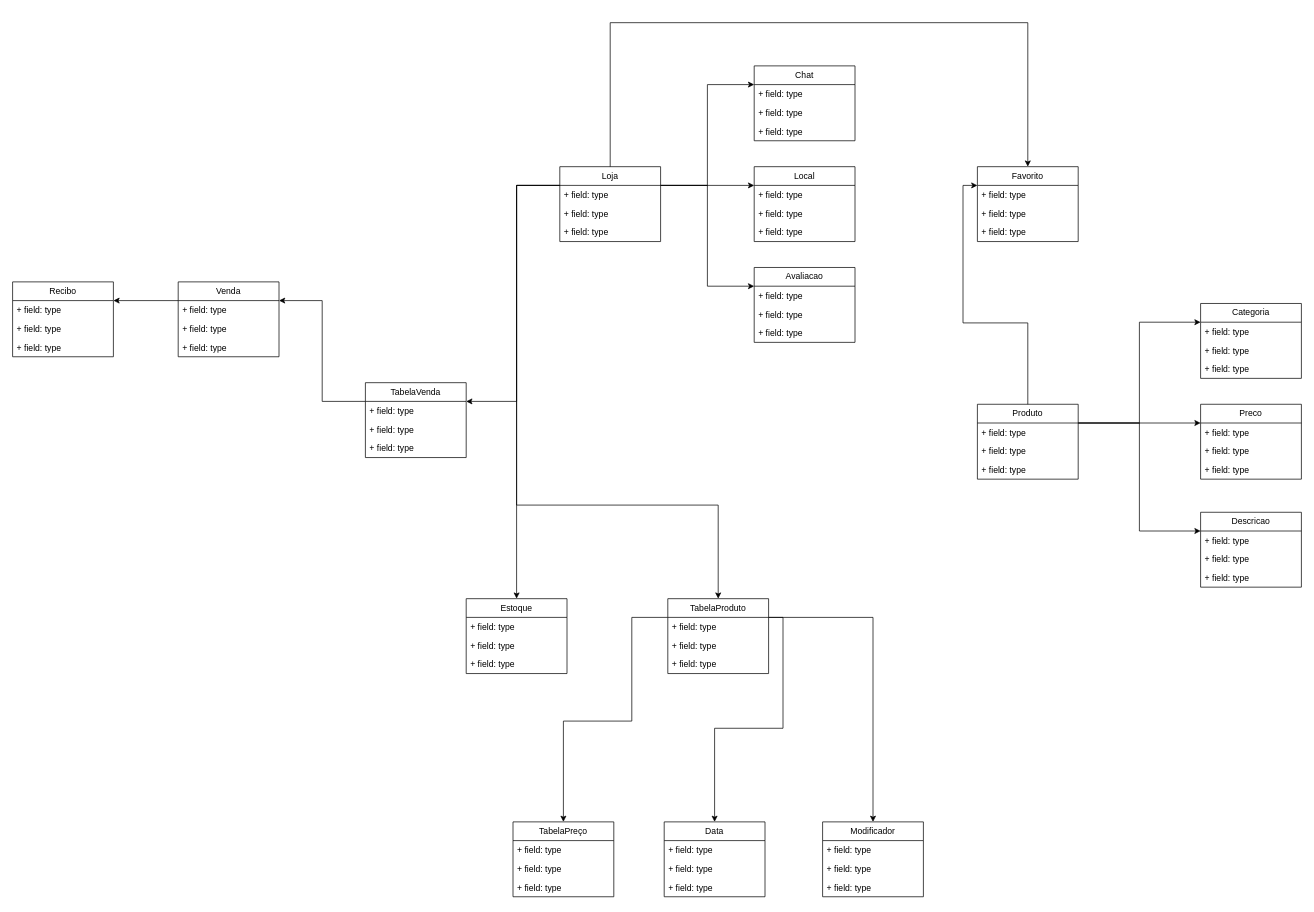
Earlier version of the draw.io diagram diagrams/DiagramaDeClasse.drawio (Bruno-Ed-cs/cityShop). Source tidied: cells renumbered, new cells numbered last; positions are measured from the earlier drawing's top-left corner, leaving out a move shared by most shapes. Both pictures are drawn from the tidied source at 72%, with x=0, y=0 at pixel (12, 22).
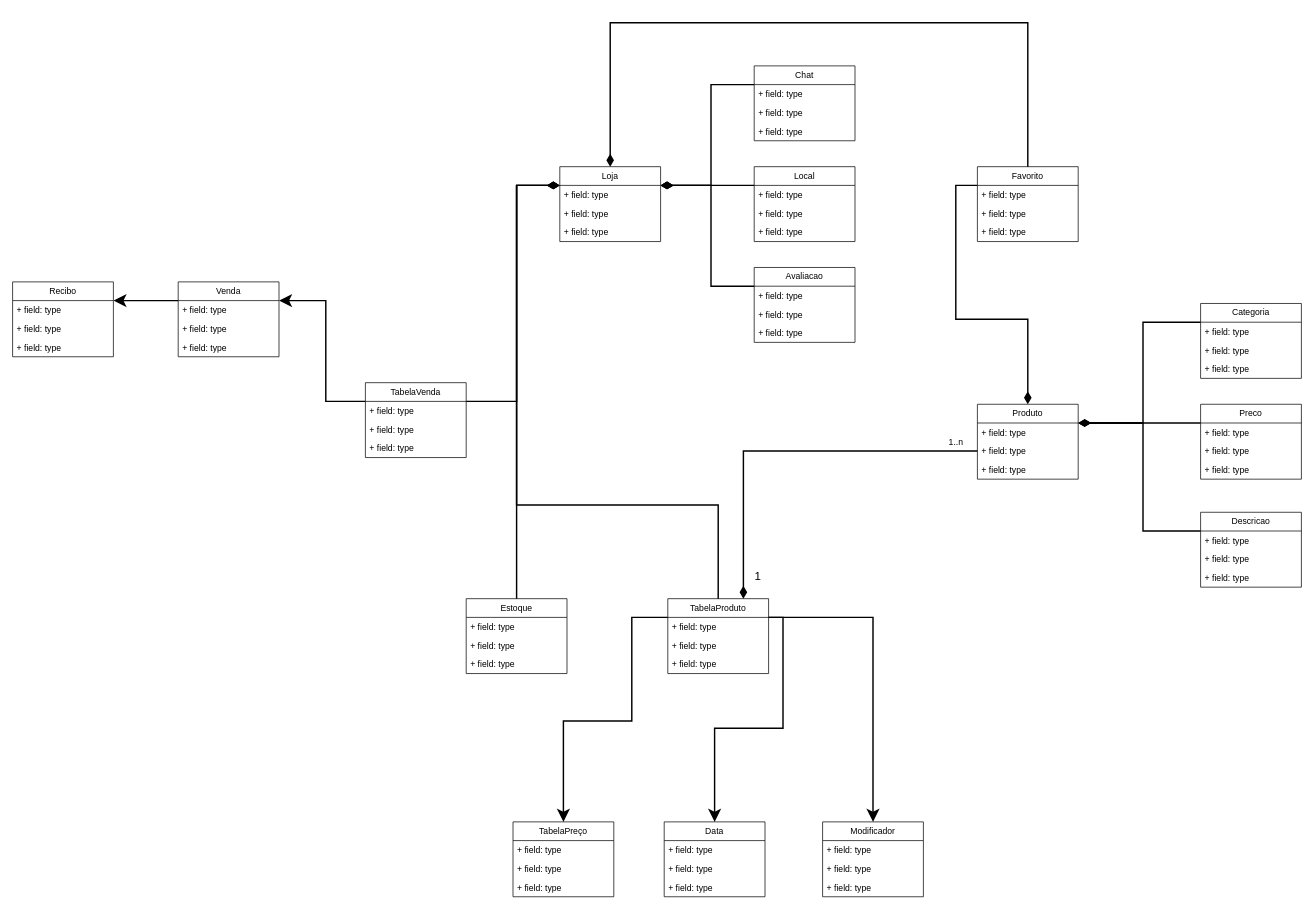
Above is the later version.

Unchanged cells that the change refers to:
```xml
<mxCell id="9" value="Loja" style="swimlane;fontStyle=0;horizontal=1;startSize=26;fillColor=none;whiteSpace=wrap;html=1;" parent="1" vertex="1">
  <mxGeometry x="760" y="200" width="140" height="104" as="geometry" />
</mxCell>
<mxCell id="16" value="Produto" style="swimlane;fontStyle=0;horizontal=1;startSize=26;fillColor=none;whiteSpace=wrap;html=1;" parent="1" vertex="1">
  <mxGeometry x="1340" y="530" width="140" height="104" as="geometry" />
</mxCell>
<mxCell id="18" value="+ field: type" style="text;strokeColor=none;fillColor=none;align=left;verticalAlign=top;spacingLeft=4;spacingRight=4;overflow=hidden;points=[[0,0.5],[1,0.5]];portConstraint=eastwest;whiteSpace=wrap;html=1;" parent="16" vertex="1">
  <mxGeometry y="52" width="140" height="26" as="geometry" />
</mxCell>
<mxCell id="23" value="TabelaProduto" style="swimlane;fontStyle=0;horizontal=1;startSize=26;fillColor=none;whiteSpace=wrap;html=1;" parent="1" vertex="1">
  <mxGeometry x="910" y="800" width="140" height="104" as="geometry" />
</mxCell>
<mxCell id="27" value="Data" style="swimlane;fontStyle=0;horizontal=1;startSize=26;fillColor=none;whiteSpace=wrap;html=1;" parent="1" vertex="1">
  <mxGeometry x="905" y="1110" width="140" height="104" as="geometry" />
</mxCell>
<mxCell id="31" value="TabelaPreço" style="swimlane;fontStyle=0;horizontal=1;startSize=26;fillColor=none;whiteSpace=wrap;html=1;" parent="1" vertex="1">
  <mxGeometry x="695" y="1110" width="140" height="104" as="geometry" />
</mxCell>
<mxCell id="35" value="Avaliacao" style="swimlane;fontStyle=0;horizontal=1;startSize=26;fillColor=none;whiteSpace=wrap;html=1;" parent="1" vertex="1">
  <mxGeometry x="1030" y="340" width="140" height="104" as="geometry" />
</mxCell>
<mxCell id="39" value="Modificador" style="swimlane;fontStyle=0;horizontal=1;startSize=26;fillColor=none;whiteSpace=wrap;html=1;" parent="1" vertex="1">
  <mxGeometry x="1125" y="1110" width="140" height="104" as="geometry" />
</mxCell>
<mxCell id="43" value="Preco" style="swimlane;fontStyle=0;horizontal=1;startSize=26;fillColor=none;whiteSpace=wrap;html=1;" parent="1" vertex="1">
  <mxGeometry x="1650" y="530" width="140" height="104" as="geometry" />
</mxCell>
<mxCell id="47" value="Estoque" style="swimlane;fontStyle=0;horizontal=1;startSize=26;fillColor=none;whiteSpace=wrap;html=1;" parent="1" vertex="1">
  <mxGeometry x="630" y="800" width="140" height="104" as="geometry" />
</mxCell>
<mxCell id="52" value="Venda" style="swimlane;fontStyle=0;horizontal=1;startSize=26;fillColor=none;whiteSpace=wrap;html=1;" parent="1" vertex="1">
  <mxGeometry x="230" y="360" width="140" height="104" as="geometry" />
</mxCell>
<mxCell id="56" value="Recibo" style="swimlane;fontStyle=0;horizontal=1;startSize=26;fillColor=none;whiteSpace=wrap;html=1;" parent="1" vertex="1">
  <mxGeometry y="360" width="140" height="104" as="geometry" />
</mxCell>
<mxCell id="60" value="Descricao" style="swimlane;fontStyle=0;horizontal=1;startSize=26;fillColor=none;whiteSpace=wrap;html=1;" parent="1" vertex="1">
  <mxGeometry x="1650" y="680" width="140" height="104" as="geometry" />
</mxCell>
<mxCell id="64" value="Categoria" style="swimlane;fontStyle=0;horizontal=1;startSize=26;fillColor=none;whiteSpace=wrap;html=1;" parent="1" vertex="1">
  <mxGeometry x="1650" y="390" width="140" height="104" as="geometry" />
</mxCell>
<mxCell id="69" value="Favorito" style="swimlane;fontStyle=0;horizontal=1;startSize=26;fillColor=none;whiteSpace=wrap;html=1;" parent="1" vertex="1">
  <mxGeometry x="1340" y="200" width="140" height="104" as="geometry" />
</mxCell>
<mxCell id="73" value="Local" style="swimlane;fontStyle=0;horizontal=1;startSize=26;fillColor=none;whiteSpace=wrap;html=1;" parent="1" vertex="1">
  <mxGeometry x="1030" y="200" width="140" height="104" as="geometry" />
</mxCell>
<mxCell id="77" value="Chat" style="swimlane;fontStyle=0;horizontal=1;startSize=26;fillColor=none;whiteSpace=wrap;html=1;" parent="1" vertex="1">
  <mxGeometry x="1030" y="60" width="140" height="104" as="geometry" />
</mxCell>
<mxCell id="82" value="TabelaVenda" style="swimlane;fontStyle=0;horizontal=1;startSize=26;fillColor=none;whiteSpace=wrap;html=1;" parent="1" vertex="1">
  <mxGeometry x="490" y="500" width="140" height="104" as="geometry" />
</mxCell>
```

What changed in the source:
```diff
@@
-    <mxCell id="2" style="edgeStyle=orthogonalEdgeStyle;rounded=0;jettySize=auto;html=1;exitX=1;exitY=0.25;exitDx=0;exitDy=0;entryX=0;entryY=0.25;entryDx=0;entryDy=0;" parent="1" edge="1" source="9" target="35">
+    <mxCell id="2" style="edgeStyle=orthogonalEdgeStyle;rounded=0;jettySize=auto;html=1;exitX=1;exitY=0.25;exitDx=0;exitDy=0;entryX=0;entryY=0.25;entryDx=0;entryDy=0;strokeWidth=2;endSize=12;startSize=12;startArrow=diamondThin;startFill=1;endArrow=none;endFill=0;" parent="1" edge="1" source="9" target="35">
       <mxGeometry relative="1" as="geometry" />
     </mxCell>
-    <mxCell id="3" style="edgeStyle=orthogonalEdgeStyle;rounded=0;jettySize=auto;html=1;exitX=1;exitY=0.25;exitDx=0;exitDy=0;entryX=0;entryY=0.25;entryDx=0;entryDy=0;" parent="1" edge="1" source="9" target="73">
+    <mxCell id="3" style="edgeStyle=orthogonalEdgeStyle;rounded=0;jettySize=auto;html=1;exitX=1;exitY=0.25;exitDx=0;exitDy=0;entryX=0;entryY=0.25;entryDx=0;entryDy=0;strokeWidth=2;endSize=12;startSize=12;startArrow=diamondThin;startFill=1;endArrow=none;endFill=0;" parent="1" edge="1" source="9" target="73">
       <mxGeometry relative="1" as="geometry" />
     </mxCell>
-    <mxCell id="4" style="edgeStyle=orthogonalEdgeStyle;rounded=0;jettySize=auto;html=1;exitX=1;exitY=0.25;exitDx=0;exitDy=0;entryX=0;entryY=0.25;entryDx=0;entryDy=0;" parent="1" edge="1" source="9" target="77">
+    <mxCell id="4" style="edgeStyle=orthogonalEdgeStyle;rounded=0;jettySize=auto;html=1;exitX=1;exitY=0.25;exitDx=0;exitDy=0;entryX=0;entryY=0.25;entryDx=0;entryDy=0;strokeWidth=2;endSize=12;startSize=12;startArrow=diamondThin;startFill=1;endArrow=none;endFill=0;" parent="1" edge="1" source="9" target="77">
       <mxGeometry relative="1" as="geometry" />
     </mxCell>
-    <mxCell id="5" style="edgeStyle=orthogonalEdgeStyle;rounded=0;jettySize=auto;html=1;exitX=0.5;exitY=0;exitDx=0;exitDy=0;entryX=0.5;entryY=0;entryDx=0;entryDy=0;" parent="1" edge="1" source="9" target="69">
+    <mxCell id="5" style="edgeStyle=orthogonalEdgeStyle;rounded=0;jettySize=auto;html=1;exitX=0.5;exitY=0;exitDx=0;exitDy=0;entryX=0.5;entryY=0;entryDx=0;entryDy=0;strokeWidth=2;endSize=12;startSize=12;startArrow=diamondThin;startFill=1;endArrow=none;endFill=0;" parent="1" edge="1" source="9" target="69">
       <mxGeometry relative="1" as="geometry">
         <Array as="points">
           <mxPoint x="830" />
           <mxPoint x="1410" />
         </Array>
       </mxGeometry>
     </mxCell>
-    <mxCell id="6" style="edgeStyle=orthogonalEdgeStyle;rounded=0;jettySize=auto;html=1;exitX=0;exitY=0.25;exitDx=0;exitDy=0;entryX=1;entryY=0.25;entryDx=0;entryDy=0;startArrow=none;startFill=0;jumpSize=10;targetPerimeterSpacing=4;" parent="1" edge="1" source="9" target="82">
+    <mxCell id="6" style="edgeStyle=orthogonalEdgeStyle;rounded=0;jettySize=auto;html=1;exitX=0;exitY=0.25;exitDx=0;exitDy=0;entryX=1;entryY=0.25;entryDx=0;entryDy=0;startArrow=diamondThin;startFill=1;jumpSize=10;targetPerimeterSpacing=4;strokeWidth=2;endSize=12;startSize=12;endArrow=none;endFill=0;" parent="1" edge="1" source="9" target="82">
       <mxGeometry relative="1" as="geometry">
         <Array as="points">
           <mxPoint x="700" y="226" />
           <mxPoint x="700" y="526" />
         </Array>
       </mxGeometry>
     </mxCell>
-    <mxCell id="7" style="edgeStyle=orthogonalEdgeStyle;rounded=0;jettySize=auto;html=1;exitX=0;exitY=0.25;exitDx=0;exitDy=0;entryX=0.5;entryY=0;entryDx=0;entryDy=0;" parent="1" edge="1" source="9" target="47">
+    <mxCell id="7" style="edgeStyle=orthogonalEdgeStyle;rounded=0;jettySize=auto;html=1;exitX=0;exitY=0.25;exitDx=0;exitDy=0;entryX=0.5;entryY=0;entryDx=0;entryDy=0;strokeWidth=2;endSize=12;startSize=12;startArrow=diamondThin;startFill=1;endArrow=none;endFill=0;" parent="1" edge="1" source="9" target="47">
       <mxGeometry relative="1" as="geometry">
         <Array as="points">
           <mxPoint x="700" y="226" />
           <mxPoint x="700" y="800" />
         </Array>
       </mxGeometry>
     </mxCell>
-    <mxCell id="8" style="edgeStyle=orthogonalEdgeStyle;rounded=0;jettySize=auto;html=1;exitX=0;exitY=0.25;exitDx=0;exitDy=0;entryX=0.5;entryY=0;entryDx=0;entryDy=0;" parent="1" edge="1" source="9" target="23">
+    <mxCell id="8" style="edgeStyle=orthogonalEdgeStyle;rounded=0;jettySize=auto;html=1;exitX=0;exitY=0.25;exitDx=0;exitDy=0;entryX=0.5;entryY=0;entryDx=0;entryDy=0;strokeWidth=2;endSize=12;startSize=12;startArrow=diamondThin;startFill=1;endArrow=none;endFill=0;" parent="1" edge="1" source="9" target="23">
       <mxGeometry relative="1" as="geometry">
         <Array as="points">
           <mxPoint x="700" y="226" />
           <mxPoint x="700" y="670" />
           <mxPoint x="980" y="670" />
         </Array>
       </mxGeometry>
     </mxCell>
@@
-    <mxCell id="13" style="edgeStyle=orthogonalEdgeStyle;rounded=0;jettySize=auto;html=1;exitX=1;exitY=0.25;exitDx=0;exitDy=0;entryX=0;entryY=0.25;entryDx=0;entryDy=0;" parent="1" edge="1" source="16" target="64">
+    <mxCell id="13" style="edgeStyle=orthogonalEdgeStyle;rounded=0;jettySize=auto;html=1;exitX=1;exitY=0.25;exitDx=0;exitDy=0;entryX=0;entryY=0.25;entryDx=0;entryDy=0;strokeWidth=2;endSize=12;startSize=12;startArrow=diamondThin;startFill=1;endArrow=none;endFill=0;" parent="1" edge="1" source="16" target="64">
       <mxGeometry relative="1" as="geometry" />
     </mxCell>
-    <mxCell id="14" style="edgeStyle=orthogonalEdgeStyle;rounded=0;jettySize=auto;html=1;exitX=1;exitY=0.25;exitDx=0;exitDy=0;entryX=0;entryY=0.25;entryDx=0;entryDy=0;" parent="1" edge="1" source="16" target="43">
+    <mxCell id="14" style="edgeStyle=orthogonalEdgeStyle;rounded=0;jettySize=auto;html=1;exitX=1;exitY=0.25;exitDx=0;exitDy=0;entryX=0;entryY=0.25;entryDx=0;entryDy=0;strokeWidth=2;endSize=12;startSize=12;startArrow=diamondThin;startFill=1;endArrow=none;endFill=0;" parent="1" edge="1" source="16" target="43">
       <mxGeometry relative="1" as="geometry" />
     </mxCell>
-    <mxCell id="15" style="edgeStyle=orthogonalEdgeStyle;rounded=0;jettySize=auto;html=1;exitX=1;exitY=0.25;exitDx=0;exitDy=0;entryX=0;entryY=0.25;entryDx=0;entryDy=0;" parent="1" edge="1" source="16" target="60">
+    <mxCell id="15" style="edgeStyle=orthogonalEdgeStyle;rounded=0;jettySize=auto;html=1;exitX=1;exitY=0.25;exitDx=0;exitDy=0;entryX=0;entryY=0.25;entryDx=0;entryDy=0;strokeWidth=2;endSize=12;startSize=12;startArrow=diamondThin;startFill=1;endArrow=none;endFill=0;" parent="1" edge="1" source="16" target="60">
       <mxGeometry relative="1" as="geometry" />
     </mxCell>
@@
-    <mxCell id="20" style="edgeStyle=orthogonalEdgeStyle;rounded=0;jettySize=auto;html=1;exitX=1;exitY=0.25;exitDx=0;exitDy=0;entryX=0.5;entryY=0;entryDx=0;entryDy=0;" parent="1" edge="1" source="23" target="39">
+    <mxCell id="20" style="edgeStyle=orthogonalEdgeStyle;rounded=0;jettySize=auto;html=1;exitX=1;exitY=0.25;exitDx=0;exitDy=0;entryX=0.5;entryY=0;entryDx=0;entryDy=0;strokeWidth=2;endSize=12;startSize=12;" parent="1" edge="1" source="23" target="39">
       <mxGeometry relative="1" as="geometry" />
     </mxCell>
-    <mxCell id="21" style="edgeStyle=orthogonalEdgeStyle;rounded=0;jettySize=auto;html=1;exitX=1;exitY=0.25;exitDx=0;exitDy=0;entryX=0.5;entryY=0;entryDx=0;entryDy=0;" parent="1" edge="1" source="23" target="27">
+    <mxCell id="21" style="edgeStyle=orthogonalEdgeStyle;rounded=0;jettySize=auto;html=1;exitX=1;exitY=0.25;exitDx=0;exitDy=0;entryX=0.5;entryY=0;entryDx=0;entryDy=0;strokeWidth=2;endSize=12;startSize=12;" parent="1" edge="1" source="23" target="27">
       <mxGeometry relative="1" as="geometry">
         <Array as="points">
           <mxPoint x="1070" y="826" />
           <mxPoint x="1070" y="980" />
           <mxPoint x="975" y="980" />
         </Array>
       </mxGeometry>
     </mxCell>
-    <mxCell id="22" style="edgeStyle=orthogonalEdgeStyle;rounded=0;jettySize=auto;html=1;exitX=0;exitY=0.25;exitDx=0;exitDy=0;entryX=0.5;entryY=0;entryDx=0;entryDy=0;" parent="1" edge="1" source="23" target="31">
+    <mxCell id="22" style="edgeStyle=orthogonalEdgeStyle;rounded=0;jettySize=auto;html=1;exitX=0;exitY=0.25;exitDx=0;exitDy=0;entryX=0.5;entryY=0;entryDx=0;entryDy=0;strokeWidth=2;endSize=12;startSize=12;" parent="1" edge="1" source="23" target="31">
       <mxGeometry relative="1" as="geometry">
         <Array as="points">
           <mxPoint x="860" y="826" />
           <mxPoint x="860" y="970" />
           <mxPoint x="765" y="970" />
         </Array>
       </mxGeometry>
     </mxCell>
+    <mxCell id="86" style="edgeStyle=orthogonalEdgeStyle;rounded=0;jettySize=auto;html=1;exitX=0.75;exitY=0;exitDx=0;exitDy=0;entryX=0;entryY=0.5;entryDx=0;entryDy=0;endSize=12;startSize=12;strokeWidth=2;startArrow=diamondThin;startFill=1;endArrow=none;endFill=0;" parent="1" edge="1" source="23" target="18">
+      <mxGeometry relative="1" as="geometry" />
+    </mxCell>
@@
-    <mxCell id="51" style="edgeStyle=orthogonalEdgeStyle;rounded=0;jettySize=auto;html=1;exitX=0;exitY=0.25;exitDx=0;exitDy=0;entryX=1;entryY=0.25;entryDx=0;entryDy=0;" parent="1" edge="1" source="52" target="56">
+    <mxCell id="51" style="edgeStyle=orthogonalEdgeStyle;rounded=0;jettySize=auto;html=1;exitX=0;exitY=0.25;exitDx=0;exitDy=0;entryX=1;entryY=0.25;entryDx=0;entryDy=0;strokeWidth=2;endSize=12;startSize=12;" parent="1" edge="1" source="52" target="56">
       <mxGeometry relative="1" as="geometry" />
     </mxCell>
@@
-    <mxCell id="68" style="edgeStyle=orthogonalEdgeStyle;rounded=0;jettySize=auto;html=1;exitX=0.5;exitY=0;exitDx=0;exitDy=0;entryX=0;entryY=0.25;entryDx=0;entryDy=0;" parent="1" edge="1" source="16" target="69">
+    <mxCell id="68" style="edgeStyle=orthogonalEdgeStyle;rounded=0;jettySize=auto;html=1;exitX=0.5;exitY=0;exitDx=0;exitDy=0;entryX=0;entryY=0.25;entryDx=0;entryDy=0;strokeWidth=2;endSize=12;startSize=12;startArrow=diamondThin;startFill=1;endArrow=none;endFill=0;" parent="1" edge="1" source="16" target="69">
       <mxGeometry relative="1" as="geometry" />
     </mxCell>
@@
-    <mxCell id="81" style="edgeStyle=orthogonalEdgeStyle;rounded=0;jettySize=auto;html=1;exitX=0;exitY=0.25;exitDx=0;exitDy=0;entryX=1;entryY=0.25;entryDx=0;entryDy=0;" parent="1" edge="1" source="82" target="52">
+    <mxCell id="81" style="edgeStyle=orthogonalEdgeStyle;rounded=0;jettySize=auto;html=1;exitX=0;exitY=0.25;exitDx=0;exitDy=0;entryX=1;entryY=0.25;entryDx=0;entryDy=0;strokeWidth=2;endSize=12;startSize=12;" parent="1" edge="1" source="82" target="52">
       <mxGeometry relative="1" as="geometry" />
     </mxCell>
@@
+    <mxCell id="87" value="1" style="text;html=1;align=center;verticalAlign=middle;strokeColor=none;fillColor=none;fontSize=16;" parent="1" vertex="1">
+      <mxGeometry x="1020" y="754" width="30" height="30" as="geometry" />
+    </mxCell>
+    <mxCell id="88" value="1..n" style="text;html=1;align=center;verticalAlign=middle;strokeColor=none;fillColor=none;" parent="1" vertex="1">
+      <mxGeometry x="1290" y="568" width="40" height="30" as="geometry" />
+    </mxCell>
```
